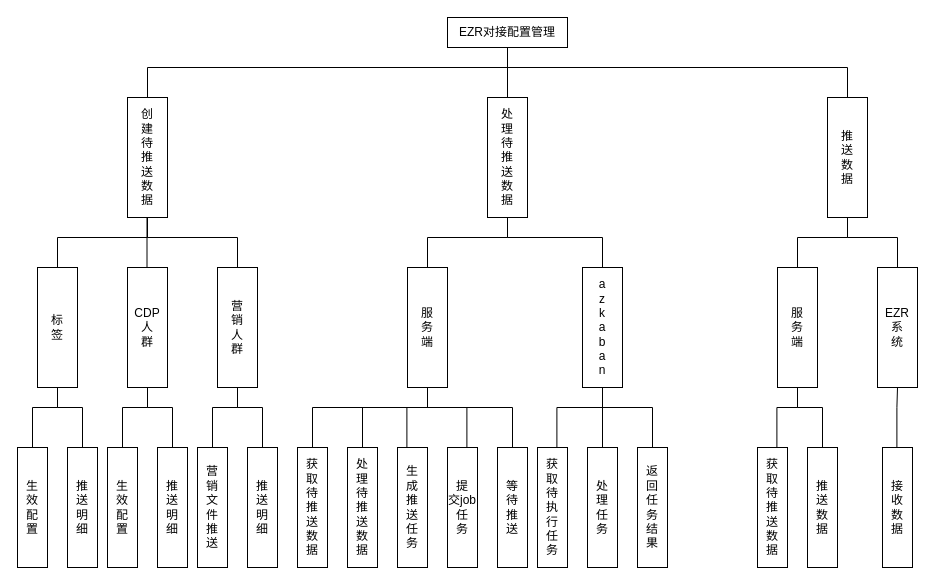
Earlier version of the draw.io diagram 南讯结构图.drawio (natyuen/huatu). Source tidied: cells renumbered, new cells numbered last; positions are measured from the earlier drawing's top-left corner, leaving out a move shared by most shapes. Both pictures are drawn from the tidied source at 100%, with x=0, y=0 at pixel (17, 17).
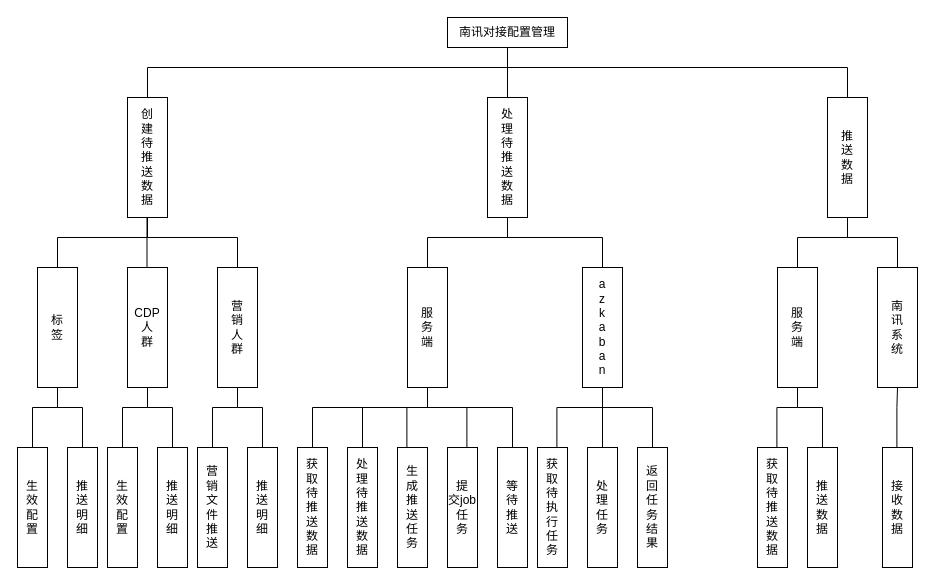
The same page after the edit.

Commit message:
更新南讯结构图.drawio

Diff of the diagram source:
```diff
@@
-    <mxCell id="2" value="EZR对接配置管理" style="rounded=0;whiteSpace=wrap;html=1;" parent="1" vertex="1">
+    <mxCell id="2" value="南讯对接配置管理" style="rounded=0;whiteSpace=wrap;html=1;" parent="1" vertex="1">
       <mxGeometry x="430" width="120" height="30" as="geometry" />
     </mxCell>
@@
-    <mxCell id="54" value="EZR&lt;br&gt;系&lt;br&gt;统" style="rounded=0;whiteSpace=wrap;html=1;" parent="1" vertex="1">
+    <mxCell id="54" value="南&lt;br&gt;讯&lt;br&gt;系&lt;br&gt;统" style="rounded=0;whiteSpace=wrap;html=1;" parent="1" vertex="1">
       <mxGeometry x="860" y="250" width="40" height="120" as="geometry" />
     </mxCell>
```
